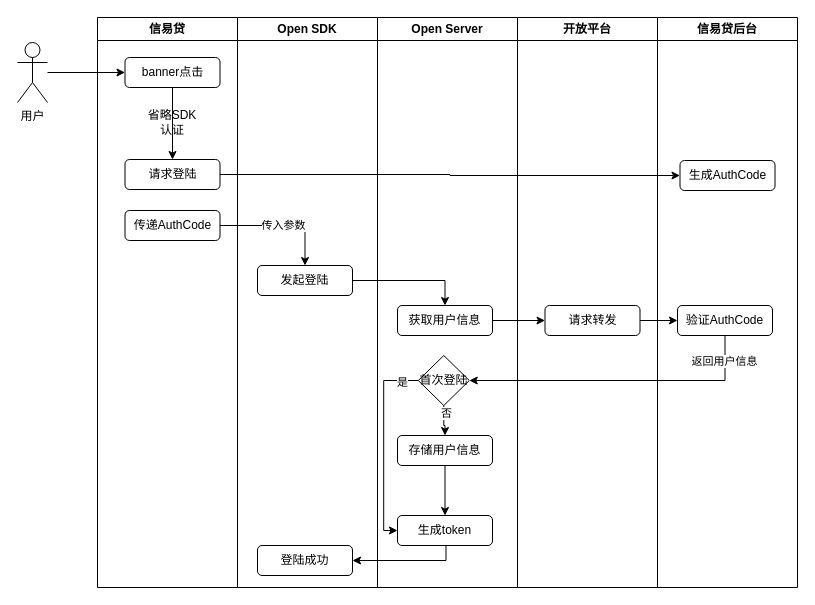
Earlier version of the draw.io diagram page "用户认证流程" (1 of 7) of doc/未命名绘图.drawio (shushanfx/nfile). Source tidied: cells renumbered, new cells numbered last; positions are measured from the earlier drawing's top-left corner, leaving out a move shared by most shapes. Both pictures are drawn from the tidied source at 100%, with x=0, y=0 at pixel (17, 17).
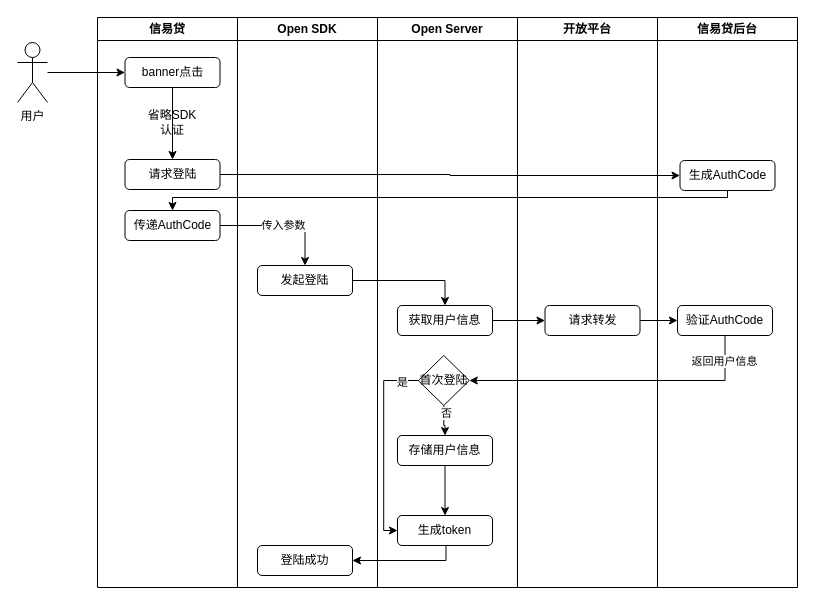
Above is the later version.

Commit message:
更新未命名绘图.drawio

Unchanged cells that the change refers to:
```xml
<mxCell id="5" value="传递AuthCode" style="rounded=1;whiteSpace=wrap;html=1;" parent="2" vertex="1">
  <mxGeometry x="27.5" y="193" width="95" height="30" as="geometry" />
</mxCell>
<mxCell id="24" value="生成AuthCode" style="rounded=1;whiteSpace=wrap;html=1;" parent="23" vertex="1">
  <mxGeometry x="22.5" y="143" width="95" height="30" as="geometry" />
</mxCell>
```

What changed in the source:
```diff
@@
+    <mxCell id="36" style="edgeStyle=orthogonalEdgeStyle;rounded=0;jettySize=auto;html=1;entryX=0.5;entryY=0;entryDx=0;entryDy=0;" parent="1" edge="1" source="24" target="5">
+      <mxGeometry relative="1" as="geometry">
+        <Array as="points">
+          <mxPoint x="710" y="180" />
+          <mxPoint x="155" y="180" />
+        </Array>
+      </mxGeometry>
+    </mxCell>
```
